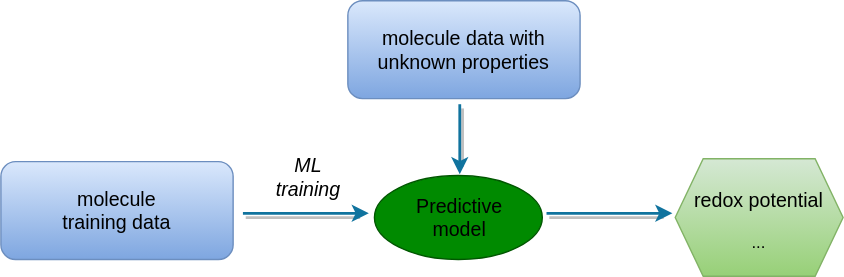
Above: pipeline-octopussy.svg in jajupmochi/figures-collection (draw.io), before the change. Source tidied: cells renumbered, new cells last; positions are measured from the earlier drawing's top-left corner, leaving out a move shared by most shapes.
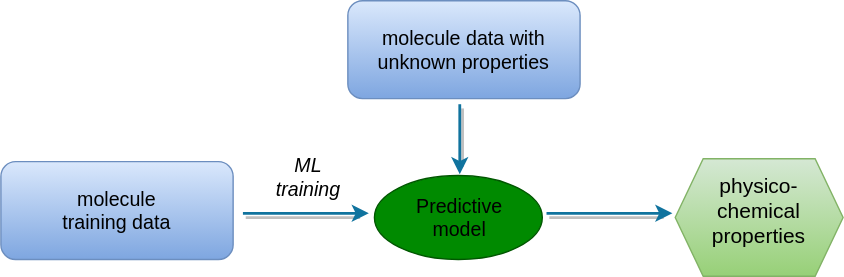
Above is the later version.

Change to the diagram source:
```diff
@@ -44,7 +44,7 @@
     <mxCell id="12" style="shape=hexagon;perimeter=hexagonPerimeter2;whiteSpace=wrap;html=1;fixedSize=1;fontSize=14;fillColor=#d5e8d4;gradientColor=#97d077;strokeColor=#82b366;" parent="1" vertex="1">
       <mxGeometry x="482" y="113" width="120" height="84" as="geometry" />
     </mxCell>
-    <mxCell id="13" value="&lt;h3&gt;&lt;span style=&quot;font-weight: normal&quot;&gt;redox potential&lt;br&gt;&lt;/span&gt;&lt;/h3&gt;..." style="text;html=1;strokeColor=none;fillColor=none;align=center;verticalAlign=middle;whiteSpace=wrap;rounded=0;" parent="1" vertex="1">
+    <mxCell id="13" value="&lt;font style=&quot;font-size: 15px&quot;&gt;physico-chemical properties&lt;/font&gt;" style="text;html=1;strokeColor=none;fillColor=none;align=center;verticalAlign=middle;whiteSpace=wrap;rounded=0;" parent="1" vertex="1">
       <mxGeometry x="487" y="135" width="110" height="30" as="geometry" />
     </mxCell>
   </root>
```
